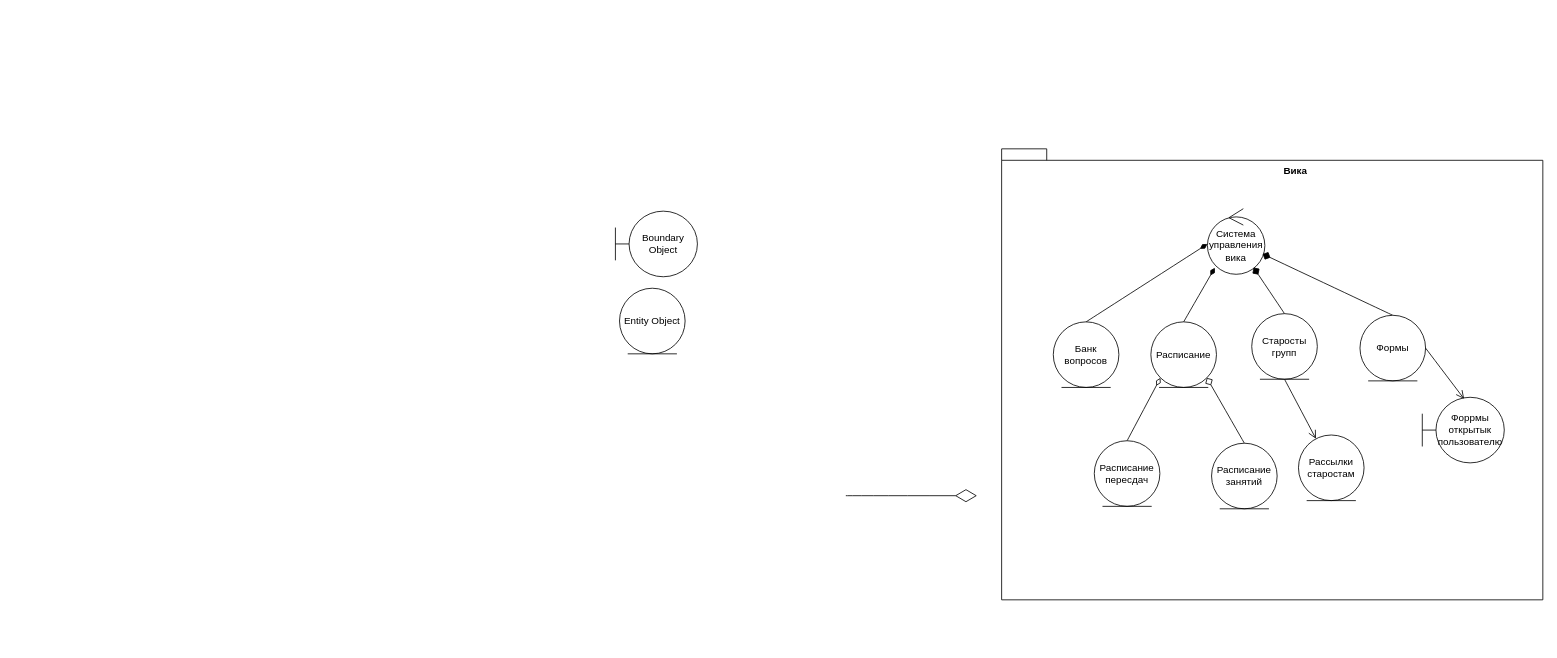
The draw.io diagram teacher.drawio in Helpmepleaseitishard/Aikms, before the edit. Source tidied: cells renumbered, new cells numbered last; positions are measured from the earlier drawing's top-left corner, leaving out a move shared by most shapes. Both pictures are drawn from the tidied source at 82%, with x=0, y=0 at pixel (615, 148).
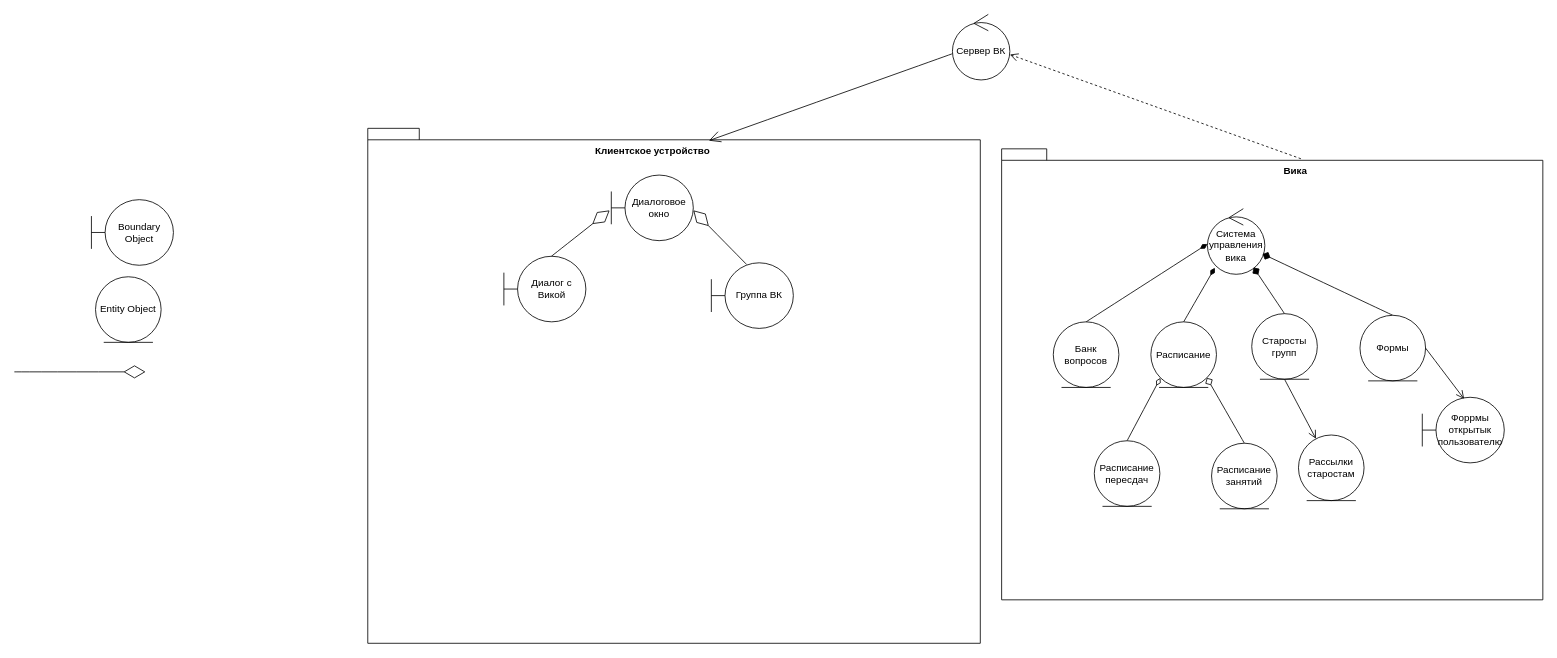
The same page after the edit.

The change refers to these unchanged cells:
```xml
<mxCell id="2" style="shape=folder;fontStyle=1;spacingTop=10;tabWidth=40;tabHeight=14;tabPosition=left;html=1;whiteSpace=wrap;" parent="1" vertex="1">
  <mxGeometry x="471" width="660" height="550" as="geometry" />
</mxCell>
```

Diff of the diagram source:
```diff
@@
+    <mxCell id="24" style="shape=folder;fontStyle=1;spacingTop=10;tabWidth=40;tabHeight=14;tabPosition=left;html=1;whiteSpace=wrap;" parent="1" vertex="1">
+      <mxGeometry x="-302" y="-25" width="747" height="628" as="geometry" />
+    </mxCell>
@@
     <mxCell id="4" value="Entity Object" style="ellipse;shape=umlEntity;whiteSpace=wrap;html=1;" parent="1" vertex="1">
-      <mxGeometry x="5" y="170" width="80" height="80" as="geometry" />
+      <mxGeometry x="-634" y="156" width="80" height="80" as="geometry" />
     </mxCell>
     <mxCell id="5" value="Boundary Object" style="shape=umlBoundary;whiteSpace=wrap;html=1;" parent="1" vertex="1">
-      <mxGeometry y="76" width="100" height="80" as="geometry" />
+      <mxGeometry x="-639" y="62" width="100" height="80" as="geometry" />
     </mxCell>
@@
     <mxCell id="20" style="endArrow=diamondThin;endFill=0;endSize=24;html=1;rounded=0;fontSize=12;curved=1;" parent="1" edge="1">
       <mxGeometry relative="1" as="geometry">
-        <mxPoint x="281" y="423" as="sourcePoint" />
-        <mxPoint x="441" y="423" as="targetPoint" />
+        <mxPoint x="-733" y="272" as="sourcePoint" />
+        <mxPoint x="-573" y="272" as="targetPoint" />
       </mxGeometry>
     </mxCell>
@@
+    <mxCell id="25" value="Клиентское устройство" style="text;align=center;fontStyle=1;verticalAlign=middle;spacingLeft=3;spacingRight=3;strokeColor=none;html=1;" parent="1" vertex="1">
+      <mxGeometry x="5" y="-10" width="80" height="26" as="geometry" />
+    </mxCell>
+    <mxCell id="26" value="Диалоговое окно" style="shape=umlBoundary;whiteSpace=wrap;html=1;" parent="1" vertex="1">
+      <mxGeometry x="-5" y="32" width="100" height="80" as="geometry" />
+    </mxCell>
+    <mxCell id="27" value="Группа ВК" style="shape=umlBoundary;whiteSpace=wrap;html=1;" parent="1" vertex="1">
+      <mxGeometry x="117" y="139" width="100" height="80" as="geometry" />
+    </mxCell>
+    <mxCell id="28" value="Диалог с Викой" style="shape=umlBoundary;whiteSpace=wrap;html=1;" parent="1" vertex="1">
+      <mxGeometry x="-136" y="131" width="100" height="80" as="geometry" />
+    </mxCell>
+    <mxCell id="29" style="endArrow=diamondThin;endFill=0;endSize=24;html=1;rounded=0;fontSize=12;curved=1;entryX=-0.02;entryY=0.538;entryDx=0;entryDy=0;entryPerimeter=0;" parent="1" edge="1" target="26">
+      <mxGeometry relative="1" as="geometry">
+        <mxPoint x="-78" y="131" as="sourcePoint" />
+      </mxGeometry>
+    </mxCell>
+    <mxCell id="30" style="endArrow=diamondThin;endFill=0;endSize=24;html=1;rounded=0;fontSize=12;curved=1;entryX=-0.02;entryY=0.538;entryDx=0;entryDy=0;entryPerimeter=0;" parent="1" edge="1">
+      <mxGeometry relative="1" as="geometry">
+        <mxPoint x="160" y="141" as="sourcePoint" />
+        <mxPoint x="95" y="75" as="targetPoint" />
+      </mxGeometry>
+    </mxCell>
+    <mxCell id="31" value="Сервер ВК" style="ellipse;shape=umlControl;whiteSpace=wrap;html=1;" parent="1" vertex="1">
+      <mxGeometry x="411" y="-164" width="70" height="80" as="geometry" />
+    </mxCell>
+    <mxCell id="32" style="html=1;verticalAlign=bottom;endArrow=open;dashed=1;endSize=8;curved=0;rounded=0;fontSize=12;exitX=0.553;exitY=0.022;exitDx=0;exitDy=0;exitPerimeter=0;" parent="1" edge="1" source="2">
+      <mxGeometry relative="1" as="geometry">
+        <mxPoint x="481" y="-115" as="targetPoint" />
+      </mxGeometry>
+    </mxCell>
+    <mxCell id="33" style="endArrow=open;endFill=1;endSize=12;html=1;rounded=0;fontSize=12;curved=1;exitX=0;exitY=0.6;exitDx=0;exitDy=0;exitPerimeter=0;" parent="1" edge="1" source="31">
+      <mxGeometry relative="1" as="geometry">
+        <mxPoint x="114" y="-10" as="targetPoint" />
+      </mxGeometry>
+    </mxCell>
```
